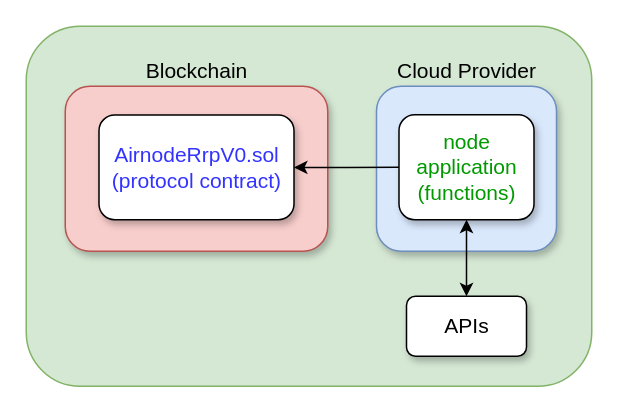
Earlier version of the draw.io diagram docs/explore/assets/diagrams/summary-airnode-2-parts.drawio (api3dao/vitepress-docs). Source tidied: cells renumbered, new cells numbered last; positions are measured from the earlier drawing's top-left corner, leaving out a move shared by most shapes. Both pictures are drawn from the tidied source at 150%, with x=0, y=0 at pixel (26, 26).
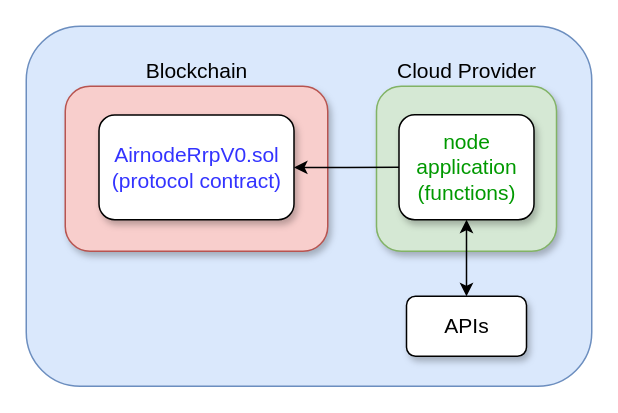
Above is the later version.

What changed in the source:
```diff
@@
 <mxGraphModel>
   <root>
     <mxCell id="0" />
     <mxCell id="1" parent="0" />
-    <mxCell id="2" style="rounded=1;whiteSpace=wrap;html=1;fillColor=#d5e8d4;strokeColor=#82b366;" parent="1" vertex="1">
+    <mxCell id="2" style="rounded=1;whiteSpace=wrap;html=1;fillColor=#dae8fc;strokeColor=#6c8ebf;" parent="1" vertex="1">
       <mxGeometry width="377" height="240" as="geometry" />
     </mxCell>
-    <mxCell id="3" style="rounded=1;whiteSpace=wrap;html=1;fillColor=#dae8fc;strokeColor=#6c8ebf;shadow=1;" parent="1" vertex="1">
+    <mxCell id="3" style="rounded=1;whiteSpace=wrap;html=1;fillColor=#d5e8d4;strokeColor=#82b366;shadow=1;" parent="1" vertex="1">
       <mxGeometry x="233.5" y="40" width="120" height="110" as="geometry" />
     </mxCell>
     <mxCell id="4" value="&lt;font style=&quot;font-size: 14px&quot;&gt;APIs&lt;/font&gt;" style="rounded=1;whiteSpace=wrap;html=1;shadow=1;" parent="1" vertex="1">
       <mxGeometry x="253.5" y="180" width="80" height="40" as="geometry" />
     </mxCell>
     <mxCell id="5" style="edgeStyle=orthogonalEdgeStyle;rounded=0;jettySize=auto;html=1;entryX=0.5;entryY=0;entryDx=0;entryDy=0;startArrow=classic;startFill=1;" parent="1" edge="1" source="6" target="4">
       <mxGeometry relative="1" as="geometry" />
     </mxCell>
     <mxCell id="6" value="&lt;font style=&quot;font-size: 14px&quot; color=&quot;#009900&quot;&gt;node&lt;br&gt;application&lt;br&gt;(functions)&lt;/font&gt;" style="rounded=1;whiteSpace=wrap;html=1;shadow=1;" parent="1" vertex="1">
       <mxGeometry x="248.5" y="59" width="90" height="70" as="geometry" />
     </mxCell>
     <mxCell id="7" style="rounded=1;whiteSpace=wrap;html=1;fillColor=#f8cecc;strokeColor=#b85450;shadow=1;" parent="1" vertex="1">
       <mxGeometry x="26" y="40" width="175" height="110" as="geometry" />
     </mxCell>
     <mxCell id="8" value="Blockchain" style="text;html=1;strokeColor=none;fillColor=none;align=center;verticalAlign=middle;whiteSpace=wrap;rounded=0;fontSize=14;" parent="1" vertex="1">
       <mxGeometry x="13.5" y="20" width="200" height="20" as="geometry" />
     </mxCell>
     <mxCell id="9" style="edgeStyle=orthogonalEdgeStyle;rounded=0;jettySize=auto;html=1;exitX=1;exitY=0.5;exitDx=0;exitDy=0;entryX=0;entryY=0.5;entryDx=0;entryDy=0;startArrow=classic;startFill=1;strokeColor=#000000;endArrow=none;endFill=0;" parent="1" edge="1" source="11" target="6">
       <mxGeometry relative="1" as="geometry" />
     </mxCell>
     <mxCell id="10" value="&lt;span style=&quot;font-size: 14px&quot;&gt;Cloud Provider&lt;/span&gt;" style="text;html=1;strokeColor=none;fillColor=none;align=center;verticalAlign=middle;whiteSpace=wrap;rounded=0;fontStyle=0;fontSize=14;" parent="1" vertex="1">
       <mxGeometry x="223.5" y="20" width="140" height="20" as="geometry" />
     </mxCell>
     <mxCell id="11" value="&lt;font style=&quot;font-size: 14px&quot; color=&quot;#3333ff&quot;&gt;AirnodeRrpV0.sol&lt;br&gt;(protocol contract)&lt;/font&gt;" style="rounded=1;whiteSpace=wrap;html=1;shadow=1;" parent="1" vertex="1">
       <mxGeometry x="48.5" y="59.2" width="130" height="69.8" as="geometry" />
     </mxCell>
   </root>
 </mxGraphModel>
```
